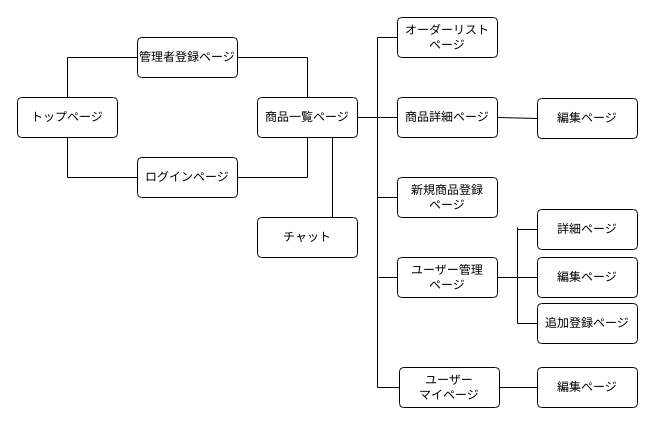
Above: page "ページ2" (2 of 2) of test.dio in okurina/iwell (draw.io), before the change. Source tidied: cells renumbered, new cells numbered last; positions are measured from the earlier drawing's top-left corner, leaving out a move shared by most shapes. Both pictures are drawn from the tidied source at 100%, with x=0, y=0 at pixel (17, 17).
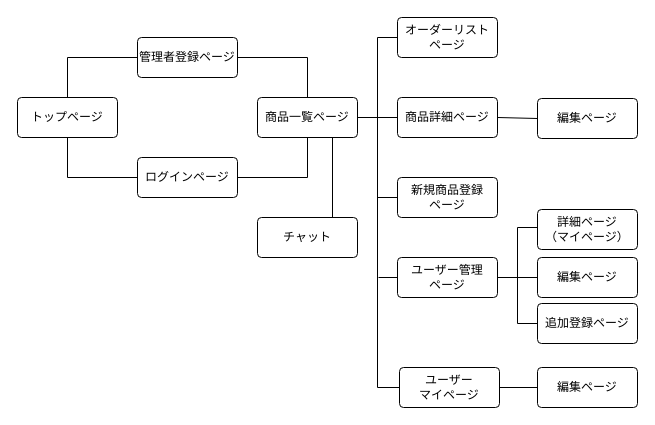
After the change.

The edit, as a diff of the source:
```diff
@@
-    <mxCell id="30" style="edgeStyle=none;html=1;exitX=0;exitY=0.5;exitDx=0;exitDy=0;endArrow=none;endFill=0;" parent="1" edge="1" source="31">
+    <mxCell id="30" style="edgeStyle=none;html=1;exitX=0;exitY=0.5;exitDx=0;exitDy=0;endArrow=none;endFill=0;" parent="1" edge="1">
       <mxGeometry relative="1" as="geometry">
-        <mxPoint x="500" y="212" as="targetPoint" />
+        <mxPoint x="520" y="210" as="sourcePoint" />
+        <mxPoint x="500" y="210" as="targetPoint" />
       </mxGeometry>
     </mxCell>
-    <mxCell id="31" value="詳細ページ" style="rounded=1;arcSize=10;whiteSpace=wrap;html=1;align=center;" parent="1" vertex="1">
+    <mxCell id="31" value="詳細ページ&lt;br&gt;（マイページ）" style="rounded=1;arcSize=10;whiteSpace=wrap;html=1;align=center;" parent="1" vertex="1">
       <mxGeometry x="520" y="192" width="100" height="40" as="geometry" />
     </mxCell>
```
